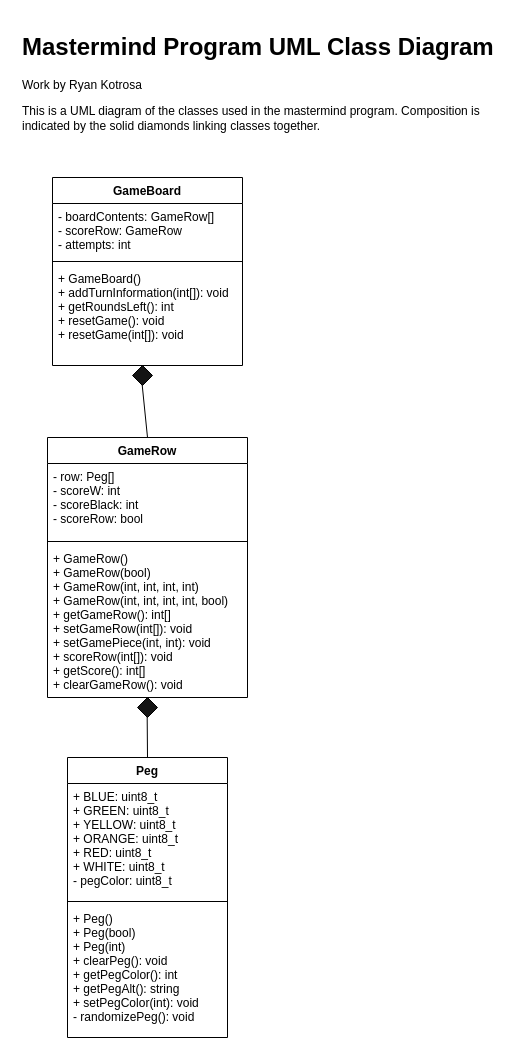
Above: Mastermind UML Class Diagram.drawio in binaryspace10/SchoolNexus (draw.io), before the change. Source tidied: cells renumbered, new cells numbered last; positions are measured from the earlier drawing's top-left corner, leaving out a move shared by most shapes. Both pictures are drawn from the tidied source at 100%, with x=0, y=0 at pixel (17, 27).
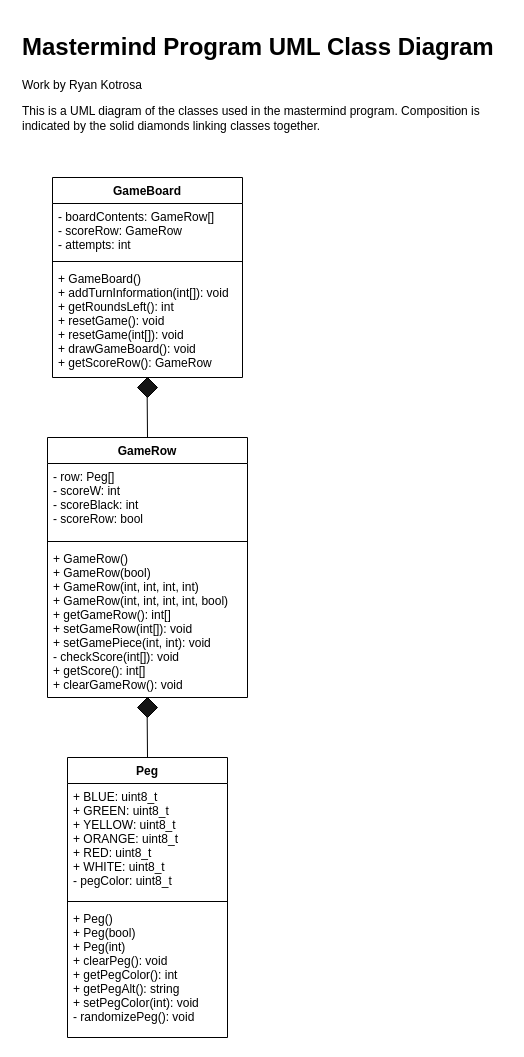
The same page after the edit.

What changed in the source:
```diff
@@
 <mxGraphModel>
   <root>
     <mxCell id="0" />
     <mxCell id="1" parent="0" />
     <mxCell id="2" style="endArrow=none;html=1;entryX=0.5;entryY=0;entryDx=0;entryDy=0;exitX=0.484;exitY=0.965;exitDx=0;exitDy=0;exitPerimeter=0;" parent="1" edge="1" source="3" target="11">
       <mxGeometry relative="1" as="geometry" />
     </mxCell>
     <mxCell id="3" style="rhombus;whiteSpace=wrap;html=1;fillColor=#141414;" parent="1" vertex="1">
       <mxGeometry x="120" y="670" width="20" height="20" as="geometry" />
     </mxCell>
     <mxCell id="4" style="endArrow=none;html=1;entryX=0.5;entryY=0;entryDx=0;entryDy=0;exitX=0.484;exitY=0.965;exitDx=0;exitDy=0;exitPerimeter=0;" parent="1" edge="1" source="5" target="7">
       <mxGeometry relative="1" as="geometry" />
     </mxCell>
     <mxCell id="5" style="rhombus;whiteSpace=wrap;html=1;fillColor=#141414;" parent="1" vertex="1">
-      <mxGeometry x="115" y="338" width="20" height="20" as="geometry" />
+      <mxGeometry x="120" y="350" width="20" height="20" as="geometry" />
     </mxCell>
     <mxCell id="6" value="&lt;h1&gt;Mastermind Program UML Class Diagram&lt;/h1&gt;&lt;p&gt;Work by Ryan Kotrosa&lt;/p&gt;&lt;p&gt;This is a UML diagram of the classes used in the mastermind program. Composition is indicated by the solid diamonds linking classes together.&amp;nbsp;&lt;/p&gt;" style="text;html=1;strokeColor=none;fillColor=none;spacing=5;spacingTop=-20;whiteSpace=wrap;overflow=hidden;rounded=0;" parent="1" vertex="1">
       <mxGeometry width="490" height="120" as="geometry" />
     </mxCell>
     <mxCell id="7" value="GameRow" style="swimlane;fontStyle=1;align=center;verticalAlign=top;horizontal=1;startSize=26;" parent="1" vertex="1">
       <mxGeometry x="30" y="410" width="200" height="260" as="geometry" />
     </mxCell>
     <mxCell id="8" value="- row: Peg[]&#10;- scoreW: int&#10;- scoreBlack: int&#10;- scoreRow: bool" style="text;strokeColor=none;fillColor=none;align=left;verticalAlign=top;spacingLeft=4;spacingRight=4;overflow=hidden;" parent="7" vertex="1">
       <mxGeometry y="26" width="200" height="74" as="geometry" />
     </mxCell>
     <mxCell id="9" style="line;strokeWidth=1;fillColor=none;align=left;verticalAlign=middle;spacingTop=-1;spacingLeft=3;spacingRight=3;labelPosition=right;" parent="7" vertex="1">
       <mxGeometry y="100" width="200" height="8" as="geometry" />
     </mxCell>
-    <mxCell id="10" value="+ GameRow()&#10;+ GameRow(bool)&#10;+ GameRow(int, int, int, int)&#10;+ GameRow(int, int, int, int, bool)&#10;+ getGameRow(): int[]&#10;+ setGameRow(int[]): void&#10;+ setGamePiece(int, int): void&#10;+ scoreRow(int[]): void&#10;+ getScore(): int[]&#10;+ clearGameRow(): void&#10;" style="text;strokeColor=none;fillColor=none;align=left;verticalAlign=top;spacingLeft=4;spacingRight=4;overflow=hidden;" parent="7" vertex="1">
+    <mxCell id="10" value="+ GameRow()&#10;+ GameRow(bool)&#10;+ GameRow(int, int, int, int)&#10;+ GameRow(int, int, int, int, bool)&#10;+ getGameRow(): int[]&#10;+ setGameRow(int[]): void&#10;+ setGamePiece(int, int): void&#10;- checkScore(int[]): void&#10;+ getScore(): int[]&#10;+ clearGameRow(): void&#10;" style="text;strokeColor=none;fillColor=none;align=left;verticalAlign=top;spacingLeft=4;spacingRight=4;overflow=hidden;" parent="7" vertex="1">
       <mxGeometry y="108" width="200" height="152" as="geometry" />
     </mxCell>
     <mxCell id="11" value="Peg" style="swimlane;fontStyle=1;align=center;verticalAlign=top;horizontal=1;startSize=26;" parent="1" vertex="1">
       <mxGeometry x="50" y="730" width="160" height="280" as="geometry" />
     </mxCell>
     <mxCell id="12" value="+ BLUE: uint8_t&#10;+ GREEN: uint8_t&#10;+ YELLOW: uint8_t&#10;+ ORANGE: uint8_t&#10;+ RED: uint8_t&#10;+ WHITE: uint8_t&#10;- pegColor: uint8_t" style="text;strokeColor=none;fillColor=none;align=left;verticalAlign=top;spacingLeft=4;spacingRight=4;overflow=hidden;" parent="11" vertex="1">
       <mxGeometry y="26" width="160" height="114" as="geometry" />
     </mxCell>
     <mxCell id="13" style="line;strokeWidth=1;fillColor=none;align=left;verticalAlign=middle;spacingTop=-1;spacingLeft=3;spacingRight=3;labelPosition=right;" parent="11" vertex="1">
       <mxGeometry y="140" width="160" height="8" as="geometry" />
     </mxCell>
     <mxCell id="14" value="+ Peg()&#10;+ Peg(bool)&#10;+ Peg(int)&#10;+ clearPeg(): void&#10;+ getPegColor(): int&#10;+ getPegAlt(): string&#10;+ setPegColor(int): void&#10;- randomizePeg(): void" style="text;strokeColor=none;fillColor=none;align=left;verticalAlign=top;spacingLeft=4;spacingRight=4;overflow=hidden;" parent="11" vertex="1">
       <mxGeometry y="148" width="160" height="132" as="geometry" />
     </mxCell>
     <mxCell id="15" value="GameBoard" style="swimlane;fontStyle=1;align=center;verticalAlign=top;horizontal=1;startSize=26;" parent="1" vertex="1">
-      <mxGeometry x="35" y="150" width="190" height="188" as="geometry" />
+      <mxGeometry x="35" y="150" width="190" height="200" as="geometry" />
     </mxCell>
     <mxCell id="16" value="- boardContents: GameRow[]&#10;- scoreRow: GameRow&#10;- attempts: int&#10;" style="text;strokeColor=none;fillColor=none;align=left;verticalAlign=top;spacingLeft=4;spacingRight=4;overflow=hidden;" parent="15" vertex="1">
       <mxGeometry y="26" width="190" height="54" as="geometry" />
     </mxCell>
     <mxCell id="17" style="line;strokeWidth=1;fillColor=none;align=left;verticalAlign=middle;spacingTop=-1;spacingLeft=3;spacingRight=3;labelPosition=right;" parent="15" vertex="1">
       <mxGeometry y="80" width="190" height="8" as="geometry" />
     </mxCell>
-    <mxCell id="18" value="+ GameBoard()&#10;+ addTurnInformation(int[]): void&#10;+ getRoundsLeft(): int&#10;+ resetGame(): void&#10;+ resetGame(int[]): void" style="text;strokeColor=none;fillColor=none;align=left;verticalAlign=top;spacingLeft=4;spacingRight=4;overflow=hidden;" parent="15" vertex="1">
-      <mxGeometry y="88" width="190" height="100" as="geometry" />
+    <mxCell id="18" value="+ GameBoard()&#10;+ addTurnInformation(int[]): void&#10;+ getRoundsLeft(): int&#10;+ resetGame(): void&#10;+ resetGame(int[]): void&#10;+ drawGameBoard(): void&#10;+ getScoreRow(): GameRow" style="text;strokeColor=none;fillColor=none;align=left;verticalAlign=top;spacingLeft=4;spacingRight=4;overflow=hidden;" parent="15" vertex="1">
+      <mxGeometry y="88" width="190" height="112" as="geometry" />
     </mxCell>
   </root>
 </mxGraphModel>
```
